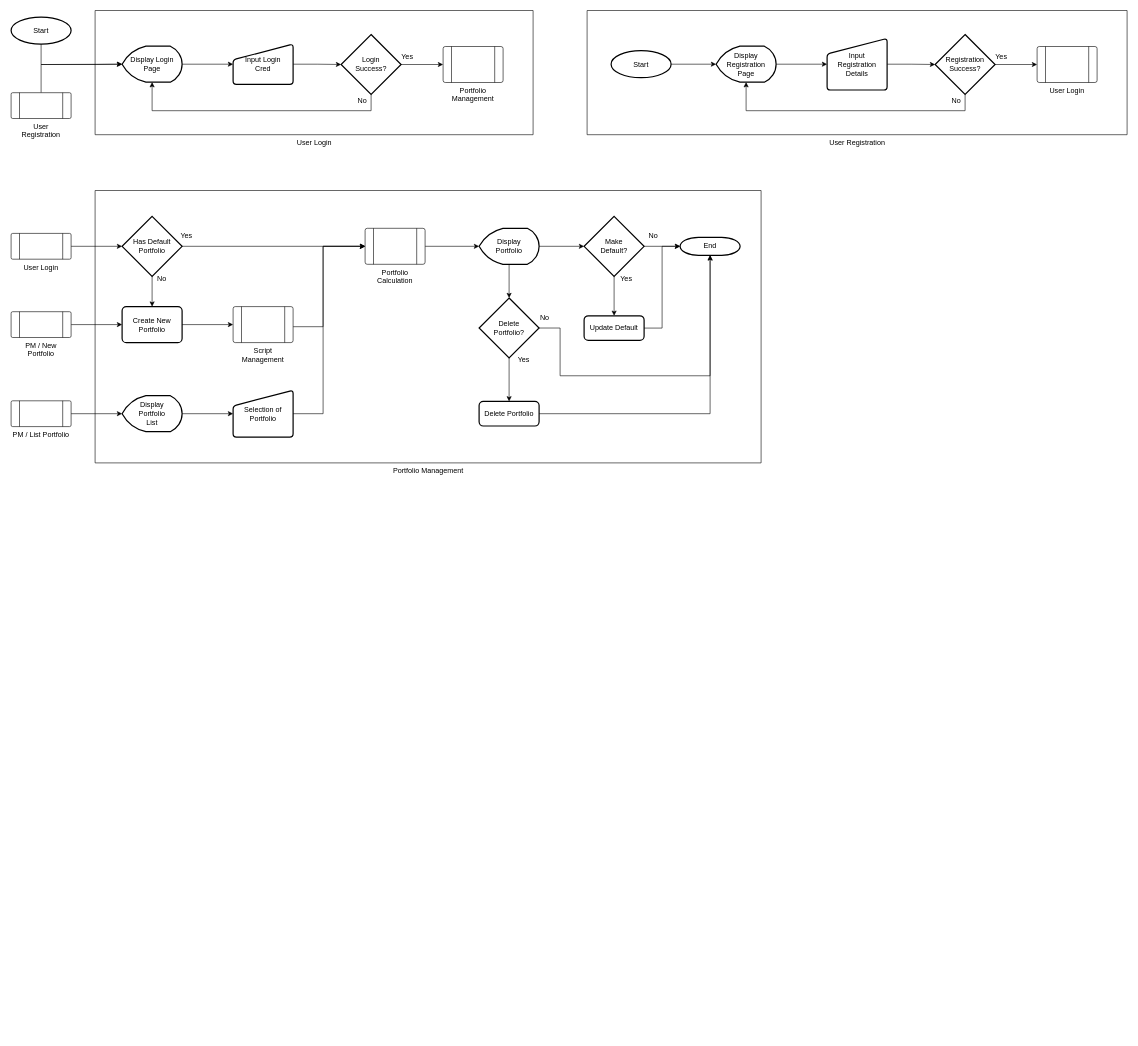
Above: MyCoins-Design.drawio in Zedex7/MyCoins (draw.io), before the change. Source tidied: cells renumbered, new cells numbered last; positions are measured from the earlier drawing's top-left corner, leaving out a move shared by most shapes. Both pictures are drawn from the tidied source at 60%, with x=0, y=0 at pixel (11, 10).
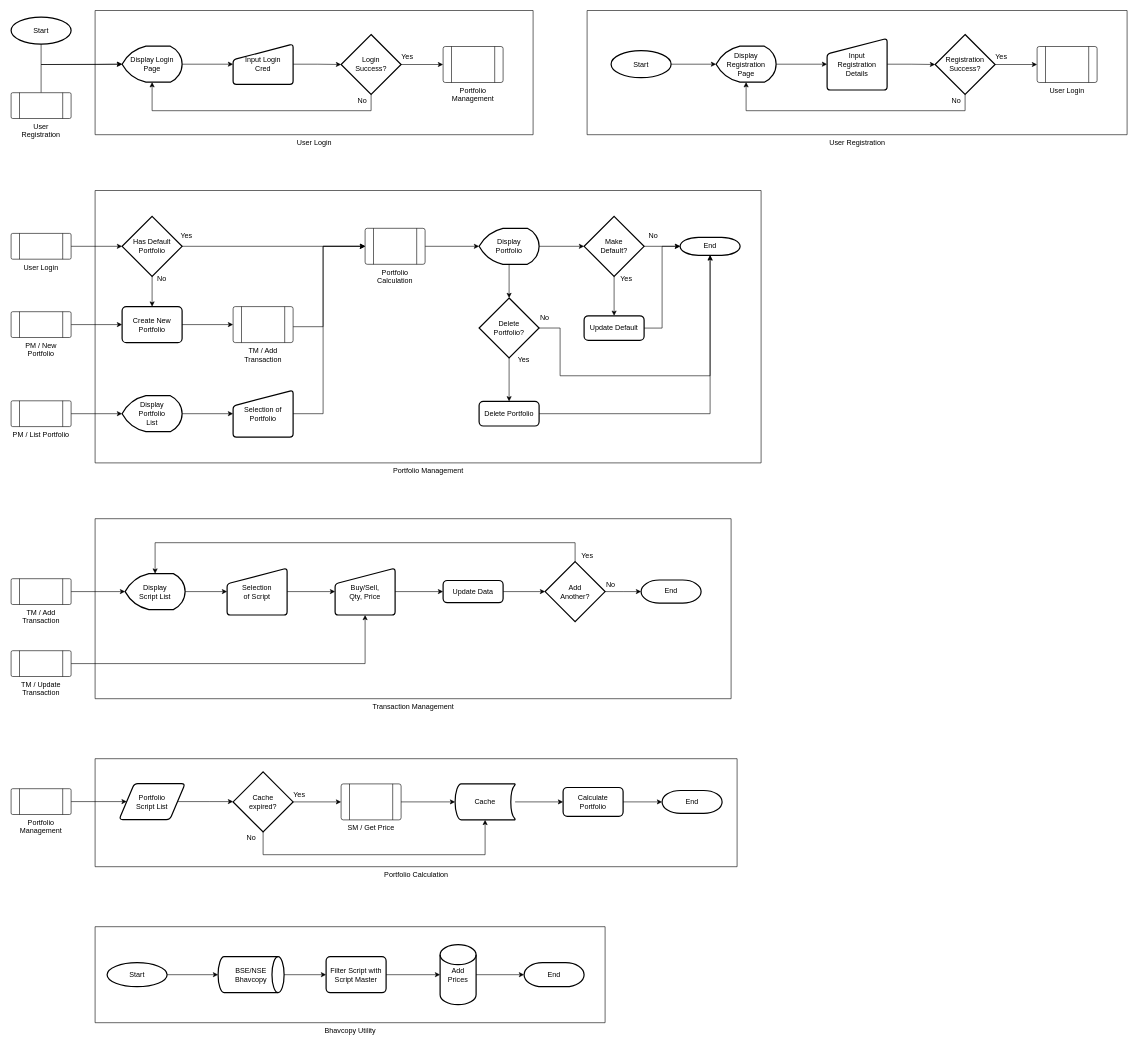
The same diagram, later.

Commit message:
Added Txn mgmt & portfolio calc

Diff of the diagram source:
```diff
@@
+    <mxCell id="71" value="Bhavcopy Utility" style="verticalLabelPosition=bottom;verticalAlign=top;html=1;shape=mxgraph.basic.rect;fillColor2=none;strokeWidth=1;size=20;indent=5;fillColor=none;" parent="1" vertex="1">
+      <mxGeometry x="140" y="1527" width="850" height="160" as="geometry" />
+    </mxCell>
+    <mxCell id="72" value="Transaction Management" style="verticalLabelPosition=bottom;verticalAlign=top;html=1;shape=mxgraph.basic.rect;fillColor2=none;strokeWidth=1;size=20;indent=5;fillColor=none;" parent="1" vertex="1">
+      <mxGeometry x="140" y="847" width="1060" height="300" as="geometry" />
+    </mxCell>
+    <mxCell id="70" value="Portfolio Management" style="verticalLabelPosition=bottom;verticalAlign=top;html=1;shape=mxgraph.basic.rect;fillColor2=none;strokeWidth=1;size=20;indent=5;fillColor=none;" parent="1" vertex="1">
+      <mxGeometry x="140" y="300" width="1110" height="454" as="geometry" />
+    </mxCell>
@@
-    <mxCell id="43" value="Script&lt;br&gt;Management" style="verticalLabelPosition=bottom;verticalAlign=top;html=1;shape=process;whiteSpace=wrap;rounded=1;size=0.14;arcSize=6;" parent="1" vertex="1">
+    <mxCell id="43" value="TM / Add Transaction" style="verticalLabelPosition=bottom;verticalAlign=top;html=1;shape=process;whiteSpace=wrap;rounded=1;size=0.14;arcSize=6;" parent="1" vertex="1">
       <mxGeometry x="370" y="493.5" width="100" height="60" as="geometry" />
     </mxCell>
@@
-    <mxCell id="70" value="Portfolio Management" style="verticalLabelPosition=bottom;verticalAlign=top;html=1;shape=mxgraph.basic.rect;fillColor2=none;strokeWidth=1;size=20;indent=5;fillColor=none;" parent="1" vertex="1">
-      <mxGeometry x="140" y="300" width="1110" height="454" as="geometry" />
-    </mxCell>
+    <mxCell id="73" style="edgeStyle=orthogonalEdgeStyle;rounded=0;jettySize=auto;html=1;" parent="1" edge="1" source="74" target="76">
+      <mxGeometry relative="1" as="geometry" />
+    </mxCell>
+    <mxCell id="74" value="TM / Add Transaction" style="verticalLabelPosition=bottom;verticalAlign=top;html=1;shape=process;whiteSpace=wrap;rounded=1;size=0.14;arcSize=6;" parent="1" vertex="1">
+      <mxGeometry y="947" width="100" height="43" as="geometry" />
+    </mxCell>
+    <mxCell id="75" style="edgeStyle=orthogonalEdgeStyle;rounded=0;jettySize=auto;html=1;entryX=0;entryY=0.5;entryDx=0;entryDy=0;" parent="1" edge="1" source="76" target="78">
+      <mxGeometry relative="1" as="geometry" />
+    </mxCell>
+    <mxCell id="76" value="Display&lt;br&gt;Script List" style="strokeWidth=2;html=1;shape=mxgraph.flowchart.display;whiteSpace=wrap;fillColor=none;" parent="1" vertex="1">
+      <mxGeometry x="190" y="938.5" width="100" height="60" as="geometry" />
+    </mxCell>
+    <mxCell id="77" style="edgeStyle=orthogonalEdgeStyle;rounded=0;jettySize=auto;html=1;entryX=0;entryY=0.5;entryDx=0;entryDy=0;" parent="1" edge="1" source="78" target="80">
+      <mxGeometry relative="1" as="geometry" />
+    </mxCell>
+    <mxCell id="78" value="Selection &lt;br&gt;of Script" style="html=1;strokeWidth=2;shape=manualInput;whiteSpace=wrap;rounded=1;size=26;arcSize=11;fillColor=none;" parent="1" vertex="1">
+      <mxGeometry x="360" y="929.5" width="100" height="78" as="geometry" />
+    </mxCell>
+    <mxCell id="79" style="edgeStyle=orthogonalEdgeStyle;rounded=0;jettySize=auto;html=1;" parent="1" edge="1" source="80" target="82">
+      <mxGeometry relative="1" as="geometry" />
+    </mxCell>
+    <mxCell id="80" value="Buy/Sell,&lt;br&gt;Qty, Price" style="html=1;strokeWidth=2;shape=manualInput;whiteSpace=wrap;rounded=1;size=26;arcSize=11;fillColor=none;" parent="1" vertex="1">
+      <mxGeometry x="540" y="929.5" width="100" height="78" as="geometry" />
+    </mxCell>
+    <mxCell id="81" style="edgeStyle=orthogonalEdgeStyle;rounded=0;jettySize=auto;html=1;" parent="1" edge="1" source="82" target="92">
+      <mxGeometry relative="1" as="geometry" />
+    </mxCell>
+    <mxCell id="82" value="Update Data" style="rounded=1;whiteSpace=wrap;html=1;absoluteArcSize=1;arcSize=14;strokeWidth=2;" parent="1" vertex="1">
+      <mxGeometry x="720" y="950" width="100" height="37" as="geometry" />
+    </mxCell>
+    <mxCell id="83" style="edgeStyle=orthogonalEdgeStyle;rounded=0;jettySize=auto;html=1;entryX=0.5;entryY=1;entryDx=0;entryDy=0;" parent="1" edge="1" source="84" target="80">
+      <mxGeometry relative="1" as="geometry" />
+    </mxCell>
+    <mxCell id="84" value="TM / Update Transaction" style="verticalLabelPosition=bottom;verticalAlign=top;html=1;shape=process;whiteSpace=wrap;rounded=1;size=0.14;arcSize=6;" parent="1" vertex="1">
+      <mxGeometry y="1067" width="100" height="43" as="geometry" />
+    </mxCell>
+    <mxCell id="85" value="End" style="strokeWidth=2;html=1;shape=mxgraph.flowchart.terminator;whiteSpace=wrap;fillColor=none;" parent="1" vertex="1">
+      <mxGeometry x="1050" y="949.2" width="100" height="38.5" as="geometry" />
+    </mxCell>
+    <mxCell id="86" style="edgeStyle=orthogonalEdgeStyle;rounded=0;jettySize=auto;html=1;entryX=0;entryY=0.5;entryDx=0;entryDy=0;" parent="1" edge="1" source="87" target="89">
+      <mxGeometry relative="1" as="geometry" />
+    </mxCell>
+    <mxCell id="87" value="Portfolio&lt;br&gt;Management" style="verticalLabelPosition=bottom;verticalAlign=top;html=1;shape=process;whiteSpace=wrap;rounded=1;size=0.14;arcSize=6;" parent="1" vertex="1">
+      <mxGeometry y="1297" width="100" height="43" as="geometry" />
+    </mxCell>
+    <mxCell id="88" style="edgeStyle=orthogonalEdgeStyle;rounded=0;jettySize=auto;html=1;entryX=0;entryY=0.5;entryDx=0;entryDy=0;" parent="1" edge="1" source="89">
+      <mxGeometry relative="1" as="geometry">
+        <mxPoint x="370" y="1318.5" as="targetPoint" />
+      </mxGeometry>
+    </mxCell>
+    <mxCell id="89" value="Portfolio&lt;br&gt;Script List" style="shape=parallelogram;html=1;strokeWidth=2;perimeter=parallelogramPerimeter;whiteSpace=wrap;rounded=1;arcSize=12;size=0.23;fillColor=none;" parent="1" vertex="1">
+      <mxGeometry x="180" y="1288.5" width="110" height="60" as="geometry" />
+    </mxCell>
+    <mxCell id="90" style="edgeStyle=orthogonalEdgeStyle;rounded=0;jettySize=auto;html=1;entryX=0.5;entryY=0;entryDx=0;entryDy=0;entryPerimeter=0;" parent="1" edge="1" source="92" target="76">
+      <mxGeometry relative="1" as="geometry">
+        <Array as="points">
+          <mxPoint x="940" y="887" />
+          <mxPoint x="240" y="887" />
+        </Array>
+      </mxGeometry>
+    </mxCell>
+    <mxCell id="91" style="edgeStyle=orthogonalEdgeStyle;rounded=0;jettySize=auto;html=1;" parent="1" edge="1" source="92" target="85">
+      <mxGeometry relative="1" as="geometry" />
+    </mxCell>
+    <mxCell id="92" value="Add &lt;br&gt;Another?" style="strokeWidth=2;html=1;shape=mxgraph.flowchart.decision;whiteSpace=wrap;fillColor=none;" parent="1" vertex="1">
+      <mxGeometry x="890" y="918.5" width="100" height="100" as="geometry" />
+    </mxCell>
+    <mxCell id="93" value="Yes" style="text;html=1;align=center;verticalAlign=middle;" parent="1" vertex="1">
+      <mxGeometry x="940" y="898.5" width="40" height="20" as="geometry" />
+    </mxCell>
+    <mxCell id="94" value="No" style="text;html=1;align=center;verticalAlign=middle;" parent="1" vertex="1">
+      <mxGeometry x="984" y="947" width="30" height="20" as="geometry" />
+    </mxCell>
+    <mxCell id="95" style="edgeStyle=orthogonalEdgeStyle;rounded=0;jettySize=auto;html=1;" parent="1" edge="1" source="97" target="99">
+      <mxGeometry relative="1" as="geometry">
+        <Array as="points">
+          <mxPoint x="420" y="1407" />
+          <mxPoint x="790" y="1407" />
+        </Array>
+      </mxGeometry>
+    </mxCell>
+    <mxCell id="96" style="edgeStyle=orthogonalEdgeStyle;rounded=0;jettySize=auto;html=1;entryX=0;entryY=0.5;entryDx=0;entryDy=0;" parent="1" edge="1" source="97" target="102">
+      <mxGeometry relative="1" as="geometry" />
+    </mxCell>
+    <mxCell id="97" value="Cache&lt;br&gt;expired?" style="strokeWidth=2;html=1;shape=mxgraph.flowchart.decision;whiteSpace=wrap;fillColor=none;" parent="1" vertex="1">
+      <mxGeometry x="370" y="1269" width="100" height="100" as="geometry" />
+    </mxCell>
+    <mxCell id="98" style="edgeStyle=orthogonalEdgeStyle;rounded=0;jettySize=auto;html=1;entryX=0;entryY=0.5;entryDx=0;entryDy=0;" parent="1" edge="1" source="99" target="106">
+      <mxGeometry relative="1" as="geometry" />
+    </mxCell>
+    <mxCell id="99" value="Cache" style="strokeWidth=2;html=1;shape=mxgraph.flowchart.stored_data;whiteSpace=wrap;fillColor=none;" parent="1" vertex="1">
+      <mxGeometry x="740" y="1289" width="100" height="60" as="geometry" />
+    </mxCell>
+    <mxCell id="100" value="No" style="text;html=1;align=center;verticalAlign=middle;" parent="1" vertex="1">
+      <mxGeometry x="385" y="1369" width="30" height="20" as="geometry" />
+    </mxCell>
+    <mxCell id="101" style="edgeStyle=orthogonalEdgeStyle;rounded=0;jettySize=auto;html=1;" parent="1" edge="1" source="102" target="99">
+      <mxGeometry relative="1" as="geometry" />
+    </mxCell>
+    <mxCell id="102" value="SM / Get Price" style="verticalLabelPosition=bottom;verticalAlign=top;html=1;shape=process;whiteSpace=wrap;rounded=1;size=0.14;arcSize=6;fillColor=none;" parent="1" vertex="1">
+      <mxGeometry x="550" y="1289" width="100" height="60" as="geometry" />
+    </mxCell>
+    <mxCell id="103" value="Yes" style="text;html=1;align=center;verticalAlign=middle;" parent="1" vertex="1">
+      <mxGeometry x="460" y="1297" width="40" height="20" as="geometry" />
+    </mxCell>
+    <mxCell id="104" value="End" style="strokeWidth=2;html=1;shape=mxgraph.flowchart.terminator;whiteSpace=wrap;fillColor=none;" parent="1" vertex="1">
+      <mxGeometry x="1085" y="1300" width="100" height="38" as="geometry" />
+    </mxCell>
+    <mxCell id="105" style="edgeStyle=orthogonalEdgeStyle;rounded=0;jettySize=auto;html=1;entryX=0;entryY=0.5;entryDx=0;entryDy=0;entryPerimeter=0;" parent="1" edge="1" source="106" target="104">
+      <mxGeometry relative="1" as="geometry" />
+    </mxCell>
+    <mxCell id="106" value="Calculate&lt;br&gt;Portfolio" style="rounded=1;whiteSpace=wrap;html=1;absoluteArcSize=1;arcSize=14;strokeWidth=2;fillColor=none;" parent="1" vertex="1">
+      <mxGeometry x="920" y="1295" width="100" height="48" as="geometry" />
+    </mxCell>
+    <mxCell id="107" value="Portfolio Calculation" style="verticalLabelPosition=bottom;verticalAlign=top;html=1;shape=mxgraph.basic.rect;fillColor2=none;strokeWidth=1;size=20;indent=5;fillColor=none;" parent="1" vertex="1">
+      <mxGeometry x="140" y="1247" width="1070" height="180" as="geometry" />
+    </mxCell>
+    <mxCell id="108" style="edgeStyle=orthogonalEdgeStyle;rounded=0;jettySize=auto;html=1;entryX=0;entryY=0.5;entryDx=0;entryDy=0;entryPerimeter=0;" parent="1" edge="1" source="109" target="111">
+      <mxGeometry relative="1" as="geometry" />
+    </mxCell>
+    <mxCell id="109" value="Start" style="strokeWidth=2;html=1;shape=mxgraph.flowchart.start_1;whiteSpace=wrap;fillColor=none;" parent="1" vertex="1">
+      <mxGeometry x="160" y="1587" width="100" height="40" as="geometry" />
+    </mxCell>
+    <mxCell id="110" style="edgeStyle=orthogonalEdgeStyle;rounded=0;jettySize=auto;html=1;entryX=0;entryY=0.5;entryDx=0;entryDy=0;" parent="1" edge="1" source="111" target="113">
+      <mxGeometry relative="1" as="geometry" />
+    </mxCell>
+    <mxCell id="111" value="BSE/NSE&lt;br&gt;Bhavcopy" style="strokeWidth=2;html=1;shape=mxgraph.flowchart.direct_data;whiteSpace=wrap;fillColor=none;" parent="1" vertex="1">
+      <mxGeometry x="345" y="1577" width="110" height="60" as="geometry" />
+    </mxCell>
+    <mxCell id="112" style="edgeStyle=orthogonalEdgeStyle;rounded=0;jettySize=auto;html=1;entryX=0;entryY=0.5;entryDx=0;entryDy=0;entryPerimeter=0;" parent="1" edge="1" source="113" target="115">
+      <mxGeometry relative="1" as="geometry" />
+    </mxCell>
+    <mxCell id="113" value="Filter Script with Script Master" style="rounded=1;whiteSpace=wrap;html=1;absoluteArcSize=1;arcSize=14;strokeWidth=2;fillColor=none;" parent="1" vertex="1">
+      <mxGeometry x="525" y="1577" width="100" height="60" as="geometry" />
+    </mxCell>
+    <mxCell id="114" style="edgeStyle=orthogonalEdgeStyle;rounded=0;jettySize=auto;html=1;" parent="1" edge="1" source="115" target="116">
+      <mxGeometry relative="1" as="geometry" />
+    </mxCell>
+    <mxCell id="115" value="Add Prices" style="strokeWidth=2;html=1;shape=mxgraph.flowchart.database;whiteSpace=wrap;fillColor=none;" parent="1" vertex="1">
+      <mxGeometry x="715" y="1557" width="60" height="100" as="geometry" />
+    </mxCell>
+    <mxCell id="116" value="End" style="strokeWidth=2;html=1;shape=mxgraph.flowchart.terminator;whiteSpace=wrap;fillColor=none;" parent="1" vertex="1">
+      <mxGeometry x="855" y="1587" width="100" height="40" as="geometry" />
+    </mxCell>
```
